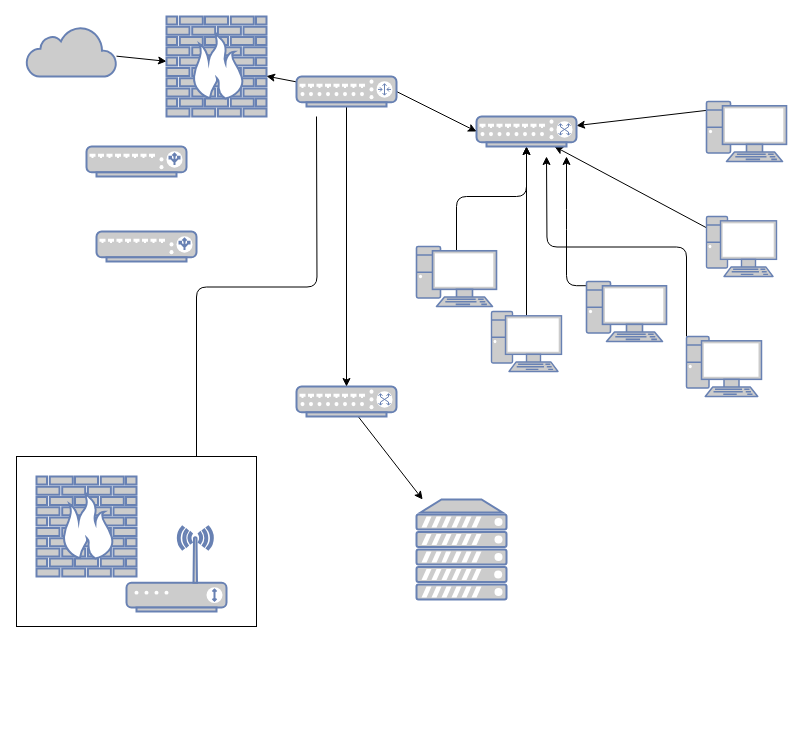
This is Untitled Diagram.drawio from andreimatetic/assignments, a draw.io file, before an edit. Source tidied: cells renumbered, new cells numbered last; positions are measured from the earlier drawing's top-left corner, leaving out a move shared by most shapes. Both pictures are drawn from the tidied source at 100%, with x=0, y=0 at pixel (16, 16).
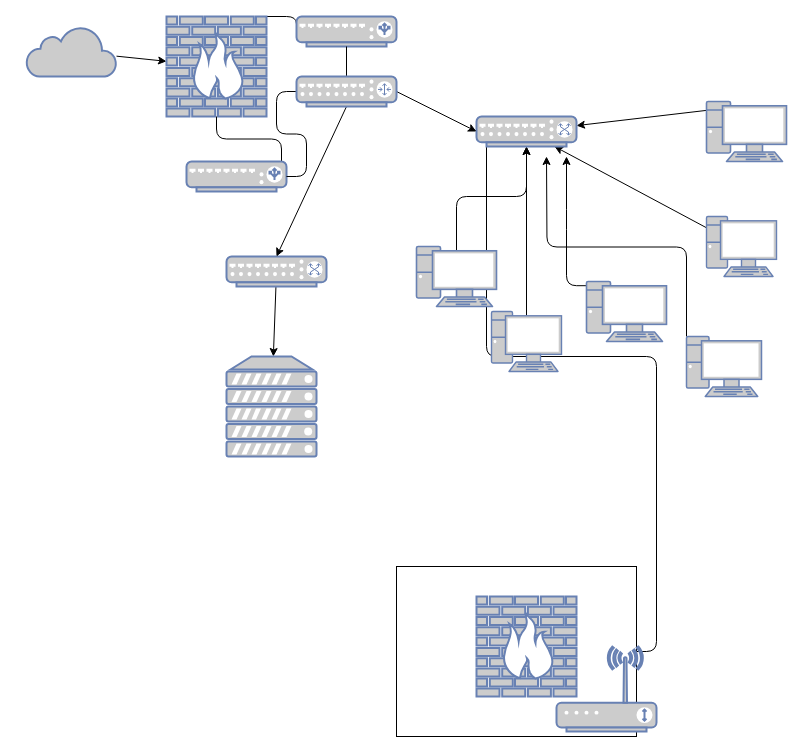
The same diagram, later.

The change refers to these unchanged cells:
```xml
<mxCell id="18" style="fontColor=#0066CC;verticalAlign=top;verticalLabelPosition=bottom;labelPosition=center;align=center;html=1;outlineConnect=0;fillColor=#CCCCCC;strokeColor=#6881B3;gradientColor=none;gradientDirection=north;strokeWidth=2;shape=mxgraph.networks.firewall;" parent="1" vertex="1">
  <mxGeometry x="150" width="100" height="100" as="geometry" />
</mxCell>
<mxCell id="19" style="fontColor=#0066CC;verticalAlign=top;verticalLabelPosition=bottom;labelPosition=center;align=center;html=1;outlineConnect=0;fillColor=#CCCCCC;strokeColor=#6881B3;gradientColor=none;gradientDirection=north;strokeWidth=2;shape=mxgraph.networks.switch;" parent="1" vertex="1">
  <mxGeometry x="460" y="100" width="100" height="30" as="geometry" />
</mxCell>
<mxCell id="29" style="fontColor=#0066CC;verticalAlign=top;verticalLabelPosition=bottom;labelPosition=center;align=center;html=1;outlineConnect=0;fillColor=#CCCCCC;strokeColor=#6881B3;gradientColor=none;gradientDirection=north;strokeWidth=2;shape=mxgraph.networks.router;" parent="1" vertex="1">
  <mxGeometry x="280" y="60" width="100" height="30" as="geometry" />
</mxCell>
```

The edit, as a diff of the source:
```diff
@@
-    <mxCell id="2" style="edgeStyle=orthogonalEdgeStyle;rounded=1;jettySize=auto;html=1;exitX=0.75;exitY=0;exitDx=0;exitDy=0;endArrow=none;endFill=0;" parent="1" edge="1" source="3">
-      <mxGeometry relative="1" as="geometry">
-        <mxPoint x="300" y="100" as="targetPoint" />
-      </mxGeometry>
-    </mxCell>
+    <mxCell id="31" style="edgeStyle=orthogonalEdgeStyle;rounded=1;jettySize=auto;html=1;exitX=1;exitY=0.5;exitDx=0;exitDy=0;entryX=0.1;entryY=1;entryDx=0;entryDy=0;entryPerimeter=0;endArrow=none;endFill=0;" parent="1" edge="1" source="3" target="19">
+      <mxGeometry relative="1" as="geometry" />
+    </mxCell>
     <mxCell id="3" style="whiteSpace=wrap;html=1;" parent="1" vertex="1">
-      <mxGeometry y="440" width="240" height="170" as="geometry" />
+      <mxGeometry x="380" y="550" width="240" height="170" as="geometry" />
     </mxCell>
@@
+    <mxCell id="32" style="edgeStyle=orthogonalEdgeStyle;rounded=1;jettySize=auto;html=1;exitX=1;exitY=0;exitDx=0;exitDy=0;exitPerimeter=0;entryX=0;entryY=0.5;entryDx=0;entryDy=0;entryPerimeter=0;endArrow=none;endFill=0;" parent="1" edge="1" source="18" target="25">
+      <mxGeometry relative="1" as="geometry" />
+    </mxCell>
@@
     <mxCell id="21" style="fontColor=#0066CC;verticalAlign=top;verticalLabelPosition=bottom;labelPosition=center;align=center;html=1;outlineConnect=0;fillColor=#CCCCCC;strokeColor=#6881B3;gradientColor=none;gradientDirection=north;strokeWidth=2;shape=mxgraph.networks.switch;" parent="1" vertex="1">
-      <mxGeometry x="280" y="370" width="100" height="30" as="geometry" />
+      <mxGeometry x="210" y="240" width="100" height="30" as="geometry" />
     </mxCell>
     <mxCell id="22" style="fontColor=#0066CC;verticalAlign=top;verticalLabelPosition=bottom;labelPosition=center;align=center;html=1;fillColor=#CCCCCC;strokeColor=#6881B3;gradientColor=none;gradientDirection=north;strokeWidth=2;shape=mxgraph.networks.wireless_modem;" parent="1" vertex="1">
-      <mxGeometry x="110" y="510" width="100" height="85" as="geometry" />
+      <mxGeometry x="540" y="630" width="100" height="85" as="geometry" />
     </mxCell>
     <mxCell id="23" style="fontColor=#0066CC;verticalAlign=top;verticalLabelPosition=bottom;labelPosition=center;align=center;html=1;fillColor=#CCCCCC;strokeColor=#6881B3;gradientColor=none;gradientDirection=north;strokeWidth=2;shape=mxgraph.networks.firewall;" parent="1" vertex="1">
-      <mxGeometry x="20" y="460" width="100" height="100" as="geometry" />
+      <mxGeometry x="460" y="580" width="100" height="100" as="geometry" />
     </mxCell>
+    <mxCell id="33" style="edgeStyle=orthogonalEdgeStyle;rounded=1;jettySize=auto;html=1;exitX=0.95;exitY=0.05;exitDx=0;exitDy=0;exitPerimeter=0;endArrow=none;endFill=0;" parent="1" edge="1" source="24" target="18">
+      <mxGeometry relative="1" as="geometry" />
+    </mxCell>
     <mxCell id="24" style="fontColor=#0066CC;verticalAlign=top;verticalLabelPosition=bottom;labelPosition=center;align=center;html=1;outlineConnect=0;fillColor=#CCCCCC;strokeColor=#6881B3;gradientColor=none;gradientDirection=north;strokeWidth=2;shape=mxgraph.networks.load_balancer;" parent="1" vertex="1">
-      <mxGeometry x="80" y="215" width="100" height="30" as="geometry" />
+      <mxGeometry x="170" y="145" width="100" height="30" as="geometry" />
     </mxCell>
     <mxCell id="25" style="fontColor=#0066CC;verticalAlign=top;verticalLabelPosition=bottom;labelPosition=center;align=center;html=1;outlineConnect=0;fillColor=#CCCCCC;strokeColor=#6881B3;gradientColor=none;gradientDirection=north;strokeWidth=2;shape=mxgraph.networks.load_balancer;" parent="1" vertex="1">
-      <mxGeometry x="70" y="130" width="100" height="30" as="geometry" />
+      <mxGeometry x="280" width="100" height="30" as="geometry" />
     </mxCell>
-    <mxCell id="26" style="edgeStyle=none;rounded=0;jettySize=auto;html=1;" parent="1" edge="1" source="29" target="18">
-      <mxGeometry relative="1" as="geometry" />
-    </mxCell>
@@
+    <mxCell id="34" style="edgeStyle=orthogonalEdgeStyle;rounded=1;jettySize=auto;html=1;exitX=0.5;exitY=0;exitDx=0;exitDy=0;exitPerimeter=0;entryX=0.5;entryY=1;entryDx=0;entryDy=0;entryPerimeter=0;endArrow=none;endFill=0;" parent="1" edge="1" source="29" target="25">
+      <mxGeometry relative="1" as="geometry" />
+    </mxCell>
+    <mxCell id="35" style="edgeStyle=orthogonalEdgeStyle;rounded=1;jettySize=auto;html=1;exitX=0;exitY=0.5;exitDx=0;exitDy=0;exitPerimeter=0;entryX=1;entryY=0.5;entryDx=0;entryDy=0;entryPerimeter=0;endArrow=none;endFill=0;" parent="1" edge="1" source="29" target="24">
+      <mxGeometry relative="1" as="geometry" />
+    </mxCell>
@@
     <mxCell id="30" style="fontColor=#0066CC;verticalAlign=top;verticalLabelPosition=bottom;labelPosition=center;align=center;html=1;outlineConnect=0;fillColor=#CCCCCC;strokeColor=#6881B3;gradientColor=none;gradientDirection=north;strokeWidth=2;shape=mxgraph.networks.server;" parent="1" vertex="1">
-      <mxGeometry x="400" y="483" width="90" height="100" as="geometry" />
+      <mxGeometry x="210" y="340" width="90" height="100" as="geometry" />
     </mxCell>
```
